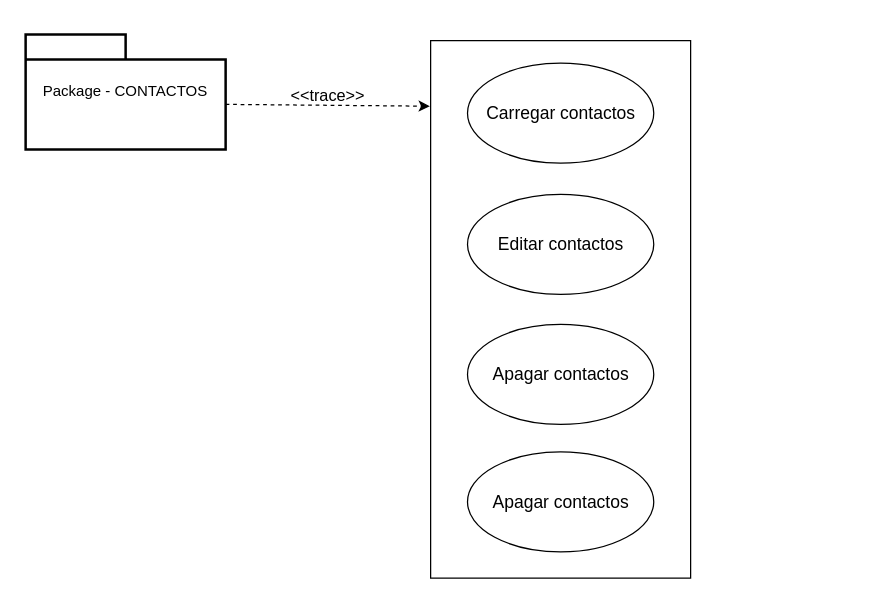
souocare/softwareeng_course_es keeps this draw.io diagram as page "Page-2" (2 of 7) of Reports/Especificação de requisitos/packages_totais.drawio. Above is the earlier version. Source tidied: cells renumbered, new cells numbered last; positions are measured from the earlier drawing's top-left corner, leaving out a move shared by most shapes. Both pictures are drawn from the tidied source at 125%, with x=0, y=0 at pixel (25, 34).
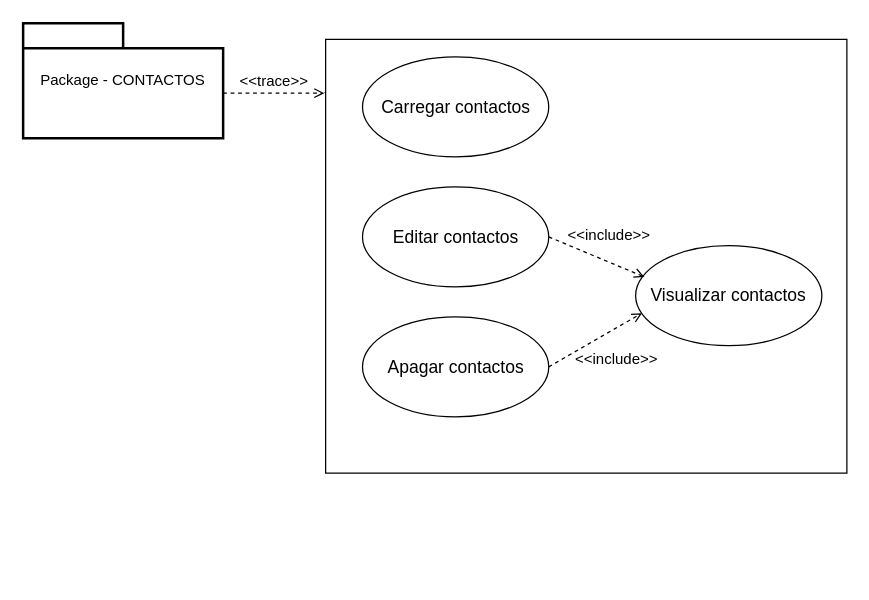
After the change.

The edit, as a diff of the source:
```diff
@@
 <mxGraphModel>
   <root>
     <mxCell id="0" />
     <mxCell id="1" parent="0" />
-    <mxCell id="2" style="edgeStyle=none;rounded=0;jettySize=auto;html=1;exitX=0;exitY=0;exitDx=160;exitDy=56;exitPerimeter=0;entryX=-0.003;entryY=0.122;entryDx=0;entryDy=0;entryPerimeter=0;fontSize=13;sourcePerimeterSpacing=5;targetPerimeterSpacing=5;dashed=1;" parent="1" edge="1" source="3" target="4">
+    <mxCell id="2" style="edgeStyle=none;rounded=0;jettySize=auto;html=1;exitX=0;exitY=0;exitDx=160;exitDy=56;exitPerimeter=0;entryX=-0.003;entryY=0.122;entryDx=0;entryDy=0;entryPerimeter=0;fontSize=13;targetPerimeterSpacing=5;dashed=1;startArrow=none;" parent="1" edge="1" source="5" target="4">
       <mxGeometry relative="1" as="geometry" />
     </mxCell>
+    <mxCell id="10" style="edgeStyle=none;rounded=0;jettySize=auto;html=1;exitX=0;exitY=0;exitDx=160;exitDy=56;exitPerimeter=0;fontSize=12;dashed=1;endArrow=open;endFill=0;" parent="1" edge="1" source="3">
+      <mxGeometry relative="1" as="geometry">
+        <mxPoint x="239" y="47" as="targetPoint" />
+      </mxGeometry>
+    </mxCell>
     <mxCell id="3" value="Package - CONTACTOS" style="shape=folder;tabWidth=80;tabHeight=20;tabPosition=left;strokeWidth=2;html=1;whiteSpace=wrap;align=center;" parent="1" vertex="1">
-      <mxGeometry width="160" height="92" as="geometry" />
+      <mxGeometry x="-2" y="-9" width="160" height="92" as="geometry" />
     </mxCell>
     <mxCell id="4" style="rounded=0;whiteSpace=wrap;html=1;fontSize=13;" parent="1" vertex="1">
-      <mxGeometry x="324" y="5" width="208" height="430" as="geometry" />
+      <mxGeometry x="240" y="4" width="417" height="347" as="geometry" />
     </mxCell>
-    <mxCell id="5" value="&amp;lt;&amp;lt;trace&amp;gt;&amp;gt;" style="text;html=1;strokeColor=none;fillColor=none;align=center;verticalAlign=middle;whiteSpace=wrap;rounded=0;fontSize=13;" parent="1" vertex="1">
-      <mxGeometry x="212" y="34" width="60" height="30" as="geometry" />
-    </mxCell>
-    <mxCell id="6" value="&lt;font style=&quot;font-size: 14px;&quot;&gt;Carregar contactos&lt;/font&gt;" style="ellipse;whiteSpace=wrap;html=1;" parent="1" vertex="1">
-      <mxGeometry x="353.5" y="23" width="149" height="80" as="geometry" />
+    <mxCell id="6" value="&lt;font style=&quot;font-size: 14px;&quot;&gt;Visualizar contactos&lt;/font&gt;" style="ellipse;whiteSpace=wrap;html=1;" parent="1" vertex="1">
+      <mxGeometry x="488" y="169" width="149" height="80" as="geometry" />
     </mxCell>
-    <mxCell id="7" value="&lt;font style=&quot;font-size: 14px;&quot;&gt;Editar contactos&lt;/font&gt;" style="ellipse;whiteSpace=wrap;html=1;" parent="1" vertex="1">
-      <mxGeometry x="353.5" y="128" width="149" height="80" as="geometry" />
+    <mxCell id="7" value="&lt;span style=&quot;font-size: 14px;&quot;&gt;Carregar contactos&lt;/span&gt;" style="ellipse;whiteSpace=wrap;html=1;" parent="1" vertex="1">
+      <mxGeometry x="269.5" y="18" width="149" height="80" as="geometry" />
     </mxCell>
+    <mxCell id="11" style="rounded=0;jettySize=auto;html=1;exitX=1;exitY=0.5;exitDx=0;exitDy=0;entryX=0.047;entryY=0.313;entryDx=0;entryDy=0;fontSize=12;startArrow=none;startFill=0;endArrow=open;endFill=0;dashed=1;entryPerimeter=0;" parent="1" edge="1" source="8" target="6">
+      <mxGeometry relative="1" as="geometry" />
+    </mxCell>
-    <mxCell id="8" value="&lt;font style=&quot;font-size: 14px;&quot;&gt;Apagar contactos&lt;/font&gt;" style="ellipse;whiteSpace=wrap;html=1;" parent="1" vertex="1">
-      <mxGeometry x="353.5" y="232" width="149" height="80" as="geometry" />
+    <mxCell id="8" value="&lt;span style=&quot;font-size: 14px;&quot;&gt;Editar contactos&lt;/span&gt;" style="ellipse;whiteSpace=wrap;html=1;" parent="1" vertex="1">
+      <mxGeometry x="269.5" y="122" width="149" height="80" as="geometry" />
     </mxCell>
+    <mxCell id="12" style="edgeStyle=none;rounded=0;jettySize=auto;html=1;exitX=1;exitY=0.5;exitDx=0;exitDy=0;entryX=0.034;entryY=0.675;entryDx=0;entryDy=0;fontSize=12;endArrow=open;endFill=0;dashed=1;entryPerimeter=0;" parent="1" edge="1" source="9" target="6">
+      <mxGeometry relative="1" as="geometry" />
+    </mxCell>
     <mxCell id="9" value="&lt;font style=&quot;font-size: 14px;&quot;&gt;Apagar contactos&lt;/font&gt;" style="ellipse;whiteSpace=wrap;html=1;" parent="1" vertex="1">
-      <mxGeometry x="353.5" y="334" width="149" height="80" as="geometry" />
+      <mxGeometry x="269.5" y="226" width="149" height="80" as="geometry" />
     </mxCell>
+    <mxCell id="5" value="&lt;font style=&quot;font-size: 12px;&quot;&gt;&amp;lt;&amp;lt;trace&amp;gt;&amp;gt;&lt;/font&gt;" style="text;html=1;strokeColor=none;fillColor=none;align=center;verticalAlign=middle;whiteSpace=wrap;rounded=0;fontSize=13;" parent="1" vertex="1">
+      <mxGeometry x="169" y="22" width="60" height="30" as="geometry" />
+    </mxCell>
+    <mxCell id="13" value="&lt;font style=&quot;font-size: 12px;&quot;&gt;&amp;lt;&amp;lt;include&amp;gt;&amp;gt;&lt;/font&gt;" style="text;html=1;strokeColor=none;fillColor=none;align=center;verticalAlign=middle;whiteSpace=wrap;rounded=0;fontSize=13;" parent="1" vertex="1">
+      <mxGeometry x="437" y="145" width="60" height="30" as="geometry" />
+    </mxCell>
+    <mxCell id="14" value="&lt;font style=&quot;font-size: 12px;&quot;&gt;&amp;lt;&amp;lt;include&amp;gt;&amp;gt;&lt;/font&gt;" style="text;html=1;strokeColor=none;fillColor=none;align=center;verticalAlign=middle;whiteSpace=wrap;rounded=0;fontSize=13;" parent="1" vertex="1">
+      <mxGeometry x="443" y="244" width="60" height="30" as="geometry" />
+    </mxCell>
   </root>
 </mxGraphModel>
```
